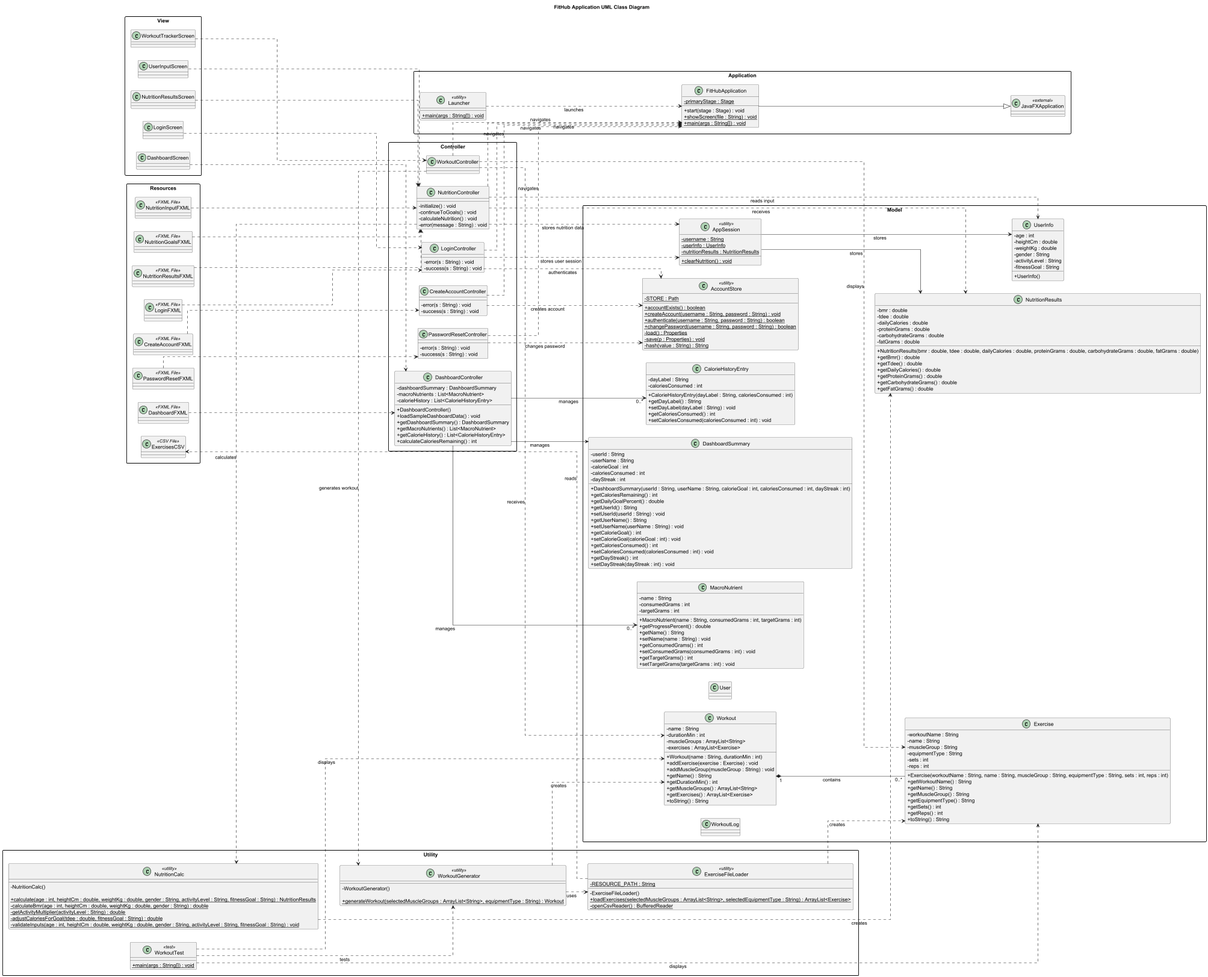
Rfunes-Cyber/FitHub-App keeps this PlantUML diagram as docs/FitHub_Project_UML-FitHub_Application_UML_Class_Diagram.png. Above is the earlier version.
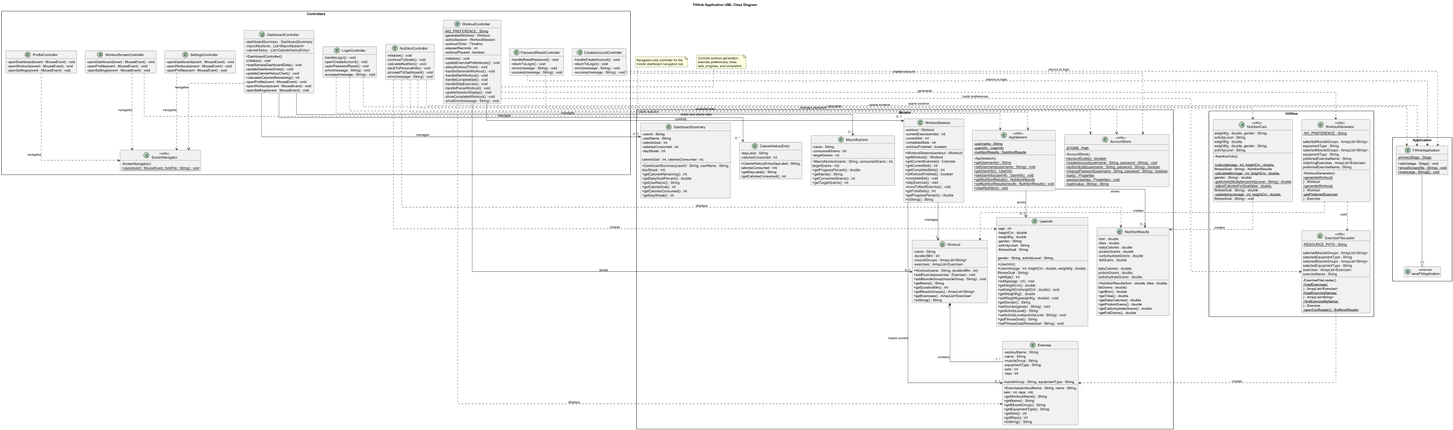
The same diagram one commit later.

Commit message:
Update FitHub UML diagram

What changed in the source:
```diff
@@ -2,10 +2,12 @@
 
 title FitHub Application UML Class Diagram
 
-left to right direction
+top to bottom direction
 skinparam classAttributeIconSize 0
 skinparam linetype ortho
 skinparam packageStyle rectangle
+skinparam shadowing false
+hide empty members
 
 
 package "Application" {
@@ -18,23 +20,44 @@
         +{static} main(args : String[]) : void
     }
 
-    class Launcher <<utility>> {
-        +{static} main(args : String[]) : void
-    }
-
     class JavaFXApplication <<external>>
 }
 
 FitHubApplication --|> JavaFXApplication
-Launcher ..> FitHubApplication : launches
 
 
 
-package "Controller" {
+package "Controllers" {
 
     class CreateAccountController {
-        -error(s : String) : void
-        -success(s : String) : void
+        -handleCreateAccount() : void
+        -returnToLogin() : void
+        -error(message : String) : void
+        -success(message : String) : void
+    }
+
+    class LoginController {
+        -handleLogin() : void
+        -openCreateAccount() : void
+        -openPasswordReset() : void
+        -error(message : String) : void
+        -success(message : String) : void
+    }
+
+    class PasswordResetController {
+        -handleResetPassword() : void
+        -returnToLogin() : void
+        -error(message : String) : void
+        -success(message : String) : void
+    }
+
+    class NutritionController {
+        -initialize() : void
+        -continueToGoals() : void
+        -calculateNutrition() : void
+        -backToPersonalInfo() : void
+        -proceedToDashboard() : void
+        -error(message : String) : void
     }
 
     class DashboardController {
@@ -43,47 +66,75 @@
         -calorieHistory : List<CalorieHistoryEntry>
 
         +DashboardController()
+        -initialize() : void
         +loadSampleDashboardData() : void
-        +getDashboardSummary() : DashboardSummary
-        +getMacroNutrients() : List<MacroNutrient>
-        +getCalorieHistory() : List<CalorieHistoryEntry>
+        -updateDashboardView() : void
+        -updateCalorieHistoryChart() : void
         +calculateCaloriesRemaining() : int
+        -openProfile(event : MouseEvent) : void
+        -openWorkouts(event : MouseEvent) : void
+        -openSettings(event : MouseEvent) : void
     }
 
-    class LoginController {
-        -error(s : String) : void
-        -success(s : String) : void
+    class ProfileController {
+        -openDashboard(event : MouseEvent) : void
+        -openWorkouts(event : MouseEvent) : void
+        -openSettings(event : MouseEvent) : void
     }
 
-    class NutritionController {
-        -initialize() : void
-        -continueToGoals() : void
-        -calculateNutrition() : void
-        -error(message : String) : void
+    class SettingsController {
+        -openDashboard(event : MouseEvent) : void
+        -openWorkouts(event : MouseEvent) : void
+        -openProfile(event : MouseEvent) : void
     }
 
-    class PasswordResetController {
-        -error(s : String) : void
-        -success(s : String) : void
+    class WorkoutScreenController {
+        -openDashboard(event : MouseEvent) : void
+        -openProfile(event : MouseEvent) : void
+        -openSettings(event : MouseEvent) : void
+    }
+
+    class ScreenNavigator <<utility>> {
+        -ScreenNavigator()
+        +{static} open(event : MouseEvent, fxmlFile : String) : void
     }
 
     class WorkoutController {
+        -{static} NO_PREFERENCE : String
+        -generatedWorkout : Workout
+        -activeSession : WorkoutSession
+        -workoutTimer : Timeline
+        -elapsedSeconds : int
+        -workoutPaused : boolean
+
+        -initialize() : void
+        -updateExercisePreferences() : void
+        -setupWorkoutTimer() : void
+        -handleGenerateWorkout() : void
+        -handleStartWorkout() : void
+        -handleCompleteSet() : void
+        -handleSkipExercise() : void
+        -handlePauseWorkout() : void
+        -updateSessionDisplay() : void
+        -showCompletedWorkout() : void
+        -showError(message : String) : void
     }
 }
 
 
 
-package "Model" {
+package "Models" {
 
     class AccountStore <<utility>> {
         -{static} STORE : Path
 
+        -AccountStore()
         +{static} accountExists() : boolean
         +{static} createAccount(username : String, password : String) : void
         +{static} authenticate(username : String, password : String) : boolean
         +{static} changePassword(username : String, password : String) : boolean
         -{static} load() : Properties
-        -{static} save(p : Properties) : void
+        -{static} save(properties : Properties) : void
         -{static} hash(value : String) : String
     }
 
@@ -92,93 +143,14 @@
         -{static} userInfo : UserInfo
         -{static} nutritionResults : NutritionResults
 
+        -AppSession()
+        +{static} getUsername() : String
+        +{static} setUsername(username : String) : void
+        +{static} getUserInfo() : UserInfo
+        +{static} setUserInfo(userInfo : UserInfo) : void
+        +{static} getNutritionResults() : NutritionResults
+        +{static} setNutritionResults(results : NutritionResults) : void
         +{static} clearNutrition() : void
-    }
-
-    class CalorieHistoryEntry {
-        -dayLabel : String
-        -caloriesConsumed : int
-
-        +CalorieHistoryEntry(dayLabel : String, caloriesConsumed : int)
-        +getDayLabel() : String
-        +setDayLabel(dayLabel : String) : void
-        +getCaloriesConsumed() : int
-        +setCaloriesConsumed(caloriesConsumed : int) : void
-    }
-
-    class DashboardSummary {
-        -userId : String
-        -userName : String
-        -calorieGoal : int
-        -caloriesConsumed : int
-        -dayStreak : int
-
-        +DashboardSummary(userId : String, userName : String, calorieGoal : int, caloriesConsumed : int, dayStreak : int)
-        +getCaloriesRemaining() : int
-        +getDailyGoalPercent() : double
-        +getUserId() : String
-        +setUserId(userId : String) : void
-        +getUserName() : String
-        +setUserName(userName : String) : void
-        +getCalorieGoal() : int
-        +setCalorieGoal(calorieGoal : int) : void
-        +getCaloriesConsumed() : int
-        +setCaloriesConsumed(caloriesConsumed : int) : void
-        +getDayStreak() : int
-        +setDayStreak(dayStreak : int) : void
-    }
-
-    class Exercise {
-        -workoutName : String
-        -name : String
-        -muscleGroup : String
-        -equipmentType : String
-        -sets : int
-        -reps : int
-
-        +Exercise(workoutName : String, name : String, muscleGroup : String, equipmentType : String, sets : int, reps : int)
-        +getWorkoutName() : String
-        +getName() : String
-        +getMuscleGroup() : String
-        +getEquipmentType() : String
-        +getSets() : int
-        +getReps() : int
-        +toString() : String
-    }
-
-    class MacroNutrient {
-        -name : String
-        -consumedGrams : int
-        -targetGrams : int
-
-        +MacroNutrient(name : String, consumedGrams : int, targetGrams : int)
-        +getProgressPercent() : double
-        +getName() : String
-        +setName(name : String) : void
-        +getConsumedGrams() : int
-        +setConsumedGrams(consumedGrams : int) : void
-        +getTargetGrams() : int
-        +setTargetGrams(targetGrams : int) : void
-    }
-
-    class NutritionResults {
-        -bmr : double
-        -tdee : double
-        -dailyCalories : double
-        -proteinGrams : double
-        -carbohydrateGrams : double
-        -fatGrams : double
-
-        +NutritionResults(bmr : double, tdee : double, dailyCalories : double, proteinGrams : double, carbohydrateGrams : double, fatGrams : double)
-        +getBmr() : double
-        +getTdee() : double
-        +getDailyCalories() : double
-        +getProteinGrams() : double
-        +getCarbohydrateGrams() : double
-        +getFatGrams() : double
-    }
-
-    class User {
     }
 
     class UserInfo {
@@ -190,6 +162,103 @@
         -fitnessGoal : String
 
         +UserInfo()
+        +UserInfo(age : int, heightCm : double, weightKg : double,
+                  gender : String, activityLevel : String,
+                  fitnessGoal : String)
+        +getAge() : int
+        +setAge(age : int) : void
+        +getHeightCm() : double
+        +setHeightCm(heightCm : double) : void
+        +getWeightKg() : double
+        +setWeightKg(weightKg : double) : void
+        +getGender() : String
+        +setGender(gender : String) : void
+        +getActivityLevel() : String
+        +setActivityLevel(activityLevel : String) : void
+        +getFitnessGoal() : String
+        +setFitnessGoal(fitnessGoal : String) : void
+    }
+
+    class NutritionResults {
+        -bmr : double
+        -tdee : double
+        -dailyCalories : double
+        -proteinGrams : double
+        -carbohydrateGrams : double
+        -fatGrams : double
+
+        +NutritionResults(bmr : double, tdee : double,
+                          dailyCalories : double,
+                          proteinGrams : double,
+                          carbohydrateGrams : double,
+                          fatGrams : double)
+        +getBmr() : double
+        +getTdee() : double
+        +getDailyCalories() : double
+        +getProteinGrams() : double
+        +getCarbohydrateGrams() : double
+        +getFatGrams() : double
+    }
+
+    class DashboardSummary {
+        -userId : String
+        -userName : String
+        -calorieGoal : int
+        -caloriesConsumed : int
+        -dayStreak : int
+
+        +DashboardSummary(userId : String, userName : String,
+                          calorieGoal : int, caloriesConsumed : int,
+                          dayStreak : int)
+        +getCaloriesRemaining() : int
+        +getDailyGoalPercent() : double
+        +getUserName() : String
+        +getCalorieGoal() : int
+        +getCaloriesConsumed() : int
+        +getDayStreak() : int
+    }
+
+    class MacroNutrient {
+        -name : String
+        -consumedGrams : int
+        -targetGrams : int
+
+        +MacroNutrient(name : String, consumedGrams : int,
+                       targetGrams : int)
+        +getProgressPercent() : double
+        +getName() : String
+        +getConsumedGrams() : int
+        +getTargetGrams() : int
+    }
+
+    class CalorieHistoryEntry {
+        -dayLabel : String
+        -caloriesConsumed : int
+
+        +CalorieHistoryEntry(dayLabel : String,
+                             caloriesConsumed : int)
+        +getDayLabel() : String
+        +getCaloriesConsumed() : int
+    }
+
+    class Exercise {
+        -workoutName : String
+        -name : String
+        -muscleGroup : String
+        -equipmentType : String
+        -sets : int
+        -reps : int
+
+        +Exercise(workoutName : String, name : String,
+                  muscleGroup : String, equipmentType : String,
+                  sets : int, reps : int)
+        +getWorkoutName() : String
+        +getName() : String
+        +getMuscleGroup() : String
+        +getEquipmentType() : String
+        +getSets() : int
+        +getReps() : int
+        +toString() : String
     }
 
     class Workout {
@@ -208,104 +277,134 @@
         +toString() : String
     }
 
-    class WorkoutLog {
+    class WorkoutSession {
+        -workout : Workout
+        -currentExerciseIndex : int
+        -currentSet : int
+        -completedSets : int
+        -workoutFinished : boolean
+
+        +WorkoutSession(workout : Workout)
+        +getWorkout() : Workout
+        +getCurrentExercise() : Exercise
+        +getCurrentSet() : int
+        +getCompletedSets() : int
+        +isWorkoutFinished() : boolean
+        +completeSet() : void
+        +skipExercise() : void
+        -moveToNextExercise() : void
+        +getTotalSets() : int
+        +getProgressPercent() : double
+        +toString() : String
     }
 }
 
 
 
-package "Utility" {
+package "Utilities" {
+
+    class NutritionCalc <<utility>> {
+        -NutritionCalc()
+
+        +{static} calculate(age : int, heightCm : double,
+                            weightKg : double, gender : String,
+                            activityLevel : String,
+                            fitnessGoal : String) : NutritionResults
+        -{static} calculateBmr(age : int, heightCm : double,
+                              weightKg : double,
+                              gender : String) : double
+        -{static} getActivityMultiplier(activityLevel : String) : double
+        -{static} adjustCaloriesForGoal(tdee : double,
+                                        fitnessGoal : String) : double
+        -{static} validateInputs(age : int, heightCm : double,
+                                 weightKg : double, gender : String,
+                                 activityLevel : String,
+                                 fitnessGoal : String) : void
+    }
 
     class ExerciseFileLoader <<utility>> {
         -{static} RESOURCE_PATH : String
 
         -ExerciseFileLoader()
-        +{static} loadExercises(selectedMuscleGroups : ArrayList<String>, selectedEquipmentType : String) : ArrayList<Exercise>
+        +{static} loadExercises(
+            selectedMuscleGroups : ArrayList<String>,
+            selectedEquipmentType : String
+        ) : ArrayList<Exercise>
+        +{static} loadExerciseNames(
+            selectedMuscleGroups : ArrayList<String>,
+            selectedEquipmentType : String
+        ) : ArrayList<String>
+        +{static} findExerciseByName(
+            exercises : ArrayList<Exercise>,
+            exerciseName : String
+        ) : Exercise
         -{static} openCsvReader() : BufferedReader
     }
 
-    class NutritionCalc <<utility>> {
-        -NutritionCalc()
+    class WorkoutGenerator <<utility>> {
+        -{static} NO_PREFERENCE : String
 
-        +{static} calculate(age : int, heightCm : double, weightKg : double, gender : String, activityLevel : String, fitnessGoal : String) : NutritionResults
-        -{static} calculateBmr(age : int, heightCm : double, weightKg : double, gender : String) : double
-        -{static} getActivityMultiplier(activityLevel : String) : double
-        -{static} adjustCaloriesForGoal(tdee : double, fitnessGoal : String) : double
-        -{static} validateInputs(age : int, heightCm : double, weightKg : double, gender : String, activityLevel : String, fitnessGoal : String) : void
-    }
-
-    class WorkoutGenerator <<utility>> {
         -WorkoutGenerator()
-
-        +{static} generateWorkout(selectedMuscleGroups : ArrayList<String>, equipmentType : String) : Workout
-    }
-
-    class WorkoutTest <<test>> {
-        +{static} main(args : String[]) : void
+        +{static} generateWorkout(
+            selectedMuscleGroups : ArrayList<String>,
+            equipmentType : String
+        ) : Workout
+        +{static} generateWorkout(
+            selectedMuscleGroups : ArrayList<String>,
+            equipmentType : String,
+            preferredExerciseName : String
+        ) : Workout
+        -{static} getPreferredExercise(
+            matchingExercises : ArrayList<Exercise>,
+            preferredExerciseName : String
+        ) : Exercise
     }
 }
 
 
 
-package "View" {
+Workout "1" *-- "1..*" Exercise : contains
 
-    class DashboardScreen {
-    }
+WorkoutSession --> "1" Workout : manages
+WorkoutSession --> "0..1" Exercise : tracks current
 
-    class LoginScreen {
-    }
+AppSession --> "0..1" UserInfo : stores
+AppSession --> "0..1" NutritionResults : stores
 
-    class NutritionResultsScreen {
-    }
-
-    class UserInputScreen {
-    }
-
-    class WorkoutTrackerScreen {
-    }
-}
-
-
-
-package "Resources" {
-
-    class ExercisesCSV <<CSV File>>
-    class LoginFXML <<FXML File>>
-    class CreateAccountFXML <<FXML File>>
-    class PasswordResetFXML <<FXML File>>
-    class DashboardFXML <<FXML File>>
-    class NutritionInputFXML <<FXML File>>
-    class NutritionGoalsFXML <<FXML File>>
-    class NutritionResultsFXML <<FXML File>>
-}
-
-
-
-Workout "1" *-- "0..*" Exercise : contains
-
-AppSession --> UserInfo : stores
-AppSession --> NutritionResults : stores
-
-DashboardController --> DashboardSummary : manages
+DashboardController --> "0..1" DashboardSummary : manages
 DashboardController --> "0..*" MacroNutrient : manages
 DashboardController --> "0..*" CalorieHistoryEntry : manages
 
 
 
 CreateAccountController ..> AccountStore : creates account
+CreateAccountController ..> FitHubApplication : returns to login
+
 LoginController ..> AccountStore : authenticates
+LoginController ..> AppSession : starts session
+LoginController ..> FitHubApplication : opens screens
+
 PasswordResetController ..> AccountStore : changes password
+PasswordResetController ..> FitHubApplication : returns to login
 
-LoginController ..> AppSession : stores user session
-NutritionController ..> AppSession : stores nutrition data
+NutritionController ..> AppSession : reads and stores data
+NutritionController ..> UserInfo : creates
+NutritionController ..> NutritionCalc : calculates
+NutritionController ..> NutritionResults : displays
+NutritionController ..> FitHubApplication : opens screens
 
-NutritionController ..> UserInfo : reads input
-NutritionController ..> NutritionCalc : calculates
-NutritionController ..> NutritionResults : receives
+WorkoutController ..> ExerciseFileLoader : loads preferences
+WorkoutController ..> WorkoutGenerator : generates
+WorkoutController --> "0..1" Workout : stores
+WorkoutController --> "0..1" WorkoutSession : controls
+WorkoutController ..> Exercise : displays
 
-WorkoutController ..> WorkoutGenerator : generates workout
-WorkoutController ..> Workout : receives
-WorkoutController ..> Exercise : displays
+
+
+DashboardController ..> ScreenNavigator : navigates
+ProfileController ..> ScreenNavigator : navigates
+SettingsController ..> ScreenNavigator : navigates
+WorkoutScreenController ..> ScreenNavigator : navigates
 
 
 
@@ -314,32 +413,18 @@
 WorkoutGenerator ..> Workout : creates
 WorkoutGenerator ..> ExerciseFileLoader : uses
 ExerciseFileLoader ..> Exercise : creates
-ExerciseFileLoader ..> ExercisesCSV : reads
-
-WorkoutTest ..> WorkoutGenerator : tests
-WorkoutTest ..> Workout : displays
-WorkoutTest ..> Exercise : displays
 
 
 
-CreateAccountFXML ..> CreateAccountController
-LoginFXML ..> LoginController
-PasswordResetFXML ..> PasswordResetController
-DashboardFXML ..> DashboardController
-NutritionInputFXML ..> NutritionController
-NutritionGoalsFXML ..> NutritionController
-NutritionResultsFXML ..> NutritionController
+note right of WorkoutScreenController
+Navigation-only controller for the
+mobile dashboard navigation bar.
+end note
 
-LoginController ..> FitHubApplication : navigates
-CreateAccountController ..> FitHubApplication : navigates
-PasswordResetController ..> FitHubApplication : navigates
-NutritionController ..> FitHubApplication : navigates
-WorkoutController ..> FitHubApplication : navigates
-
-DashboardScreen ..> DashboardController
-LoginScreen ..> LoginController
-NutritionResultsScreen ..> NutritionController
-UserInputScreen ..> NutritionController
-WorkoutTrackerScreen ..> WorkoutController
+note right of WorkoutController
+Controls workout generation,
+exercise preferences, timer,
+sets, progress, and completion.
+end note
 
 @enduml
```
